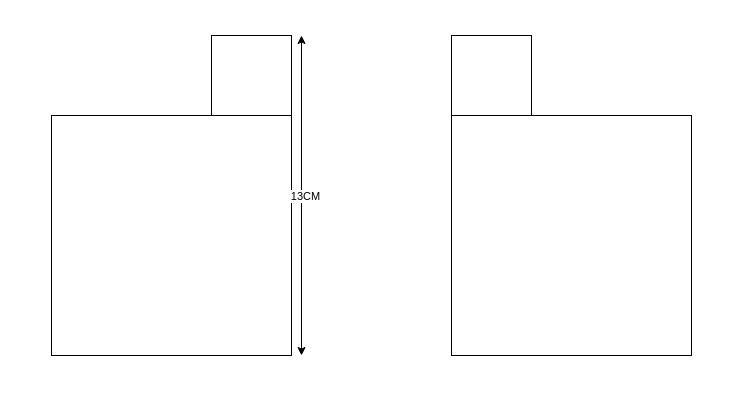
Earlier version of the draw.io diagram flm.drawio (Jakiek/hoho). Source tidied: cells renumbered, new cells numbered last; positions are measured from the earlier drawing's top-left corner, leaving out a move shared by most shapes. Both pictures are drawn from the tidied source at 100%, with x=0, y=0 at pixel (51, 35).
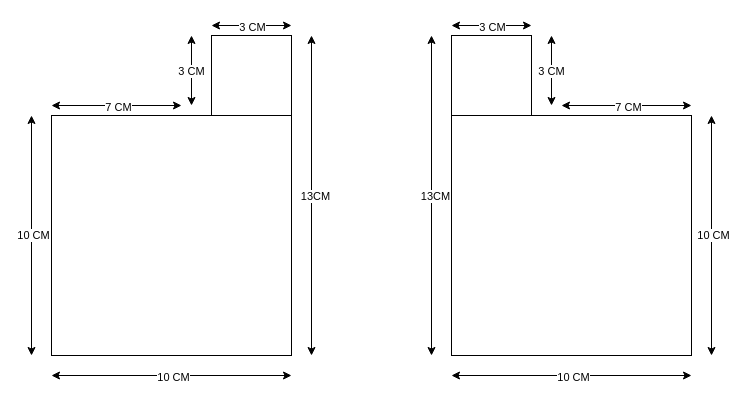
After the change.

Change to the diagram source:
```diff
@@
     <mxCell id="6" style="endArrow=classic;startArrow=classic;html=1;rounded=0;" parent="1" edge="1">
       <mxGeometry relative="1" as="geometry">
-        <mxPoint x="250" y="320" as="sourcePoint" />
-        <mxPoint x="250" as="targetPoint" />
+        <mxPoint x="260" y="320" as="sourcePoint" />
+        <mxPoint x="260" as="targetPoint" />
       </mxGeometry>
     </mxCell>
@@
+    <mxCell id="8" style="endArrow=classic;startArrow=classic;html=1;rounded=0;" parent="1" edge="1">
+      <mxGeometry relative="1" as="geometry">
+        <mxPoint x="380" y="320" as="sourcePoint" />
+        <mxPoint x="380" as="targetPoint" />
+      </mxGeometry>
+    </mxCell>
+    <mxCell id="9" value="13CM" style="edgeLabel;html=1;align=center;verticalAlign=middle;" parent="8" vertex="1">
+      <mxGeometry y="-3" relative="1" as="geometry" />
+    </mxCell>
+    <mxCell id="10" style="endArrow=classic;startArrow=classic;html=1;rounded=0;" parent="1" edge="1">
+      <mxGeometry relative="1" as="geometry">
+        <mxPoint x="660" y="320" as="sourcePoint" />
+        <mxPoint x="660" y="80" as="targetPoint" />
+      </mxGeometry>
+    </mxCell>
+    <mxCell id="11" value="10 CM" style="edgeLabel;html=1;align=center;verticalAlign=middle;" parent="10" vertex="1">
+      <mxGeometry x="0.01" y="-1" relative="1" as="geometry" />
+    </mxCell>
+    <mxCell id="12" style="endArrow=classic;startArrow=classic;html=1;rounded=0;" parent="1" edge="1">
+      <mxGeometry relative="1" as="geometry">
+        <mxPoint x="-20" y="320" as="sourcePoint" />
+        <mxPoint x="-20" y="80" as="targetPoint" />
+      </mxGeometry>
+    </mxCell>
+    <mxCell id="13" value="10 CM" style="edgeLabel;html=1;align=center;verticalAlign=middle;" parent="12" vertex="1">
+      <mxGeometry x="0.01" y="-1" relative="1" as="geometry" />
+    </mxCell>
+    <mxCell id="14" style="endArrow=classic;startArrow=classic;html=1;rounded=0;" parent="1" edge="1">
+      <mxGeometry relative="1" as="geometry">
+        <mxPoint y="340" as="sourcePoint" />
+        <mxPoint x="240" y="340" as="targetPoint" />
+      </mxGeometry>
+    </mxCell>
+    <mxCell id="15" value="10 CM" style="edgeLabel;html=1;align=center;verticalAlign=middle;" parent="14" vertex="1">
+      <mxGeometry x="0.01" y="-1" relative="1" as="geometry" />
+    </mxCell>
+    <mxCell id="16" style="endArrow=classic;startArrow=classic;html=1;rounded=0;" parent="1" edge="1">
+      <mxGeometry relative="1" as="geometry">
+        <mxPoint x="400" y="340" as="sourcePoint" />
+        <mxPoint x="640" y="340" as="targetPoint" />
+      </mxGeometry>
+    </mxCell>
+    <mxCell id="17" value="10 CM" style="edgeLabel;html=1;align=center;verticalAlign=middle;" parent="16" vertex="1">
+      <mxGeometry x="0.01" y="-1" relative="1" as="geometry" />
+    </mxCell>
+    <mxCell id="18" style="endArrow=classic;startArrow=classic;html=1;rounded=0;" parent="1" edge="1">
+      <mxGeometry relative="1" as="geometry">
+        <mxPoint y="70" as="sourcePoint" />
+        <mxPoint x="130" y="70" as="targetPoint" />
+      </mxGeometry>
+    </mxCell>
+    <mxCell id="19" value="7 CM" style="edgeLabel;html=1;align=center;verticalAlign=middle;" parent="18" vertex="1">
+      <mxGeometry x="0.01" y="-1" relative="1" as="geometry" />
+    </mxCell>
+    <mxCell id="20" style="endArrow=classic;startArrow=classic;html=1;rounded=0;" parent="1" edge="1">
+      <mxGeometry relative="1" as="geometry">
+        <mxPoint x="160" y="-10" as="sourcePoint" />
+        <mxPoint x="240" y="-10" as="targetPoint" />
+      </mxGeometry>
+    </mxCell>
+    <mxCell id="21" value="3 CM" style="edgeLabel;html=1;align=center;verticalAlign=middle;" parent="20" vertex="1">
+      <mxGeometry x="0.01" y="-1" relative="1" as="geometry" />
+    </mxCell>
+    <mxCell id="22" style="endArrow=classic;startArrow=classic;html=1;rounded=0;" parent="1" edge="1">
+      <mxGeometry relative="1" as="geometry">
+        <mxPoint x="400" y="-10" as="sourcePoint" />
+        <mxPoint x="480" y="-10" as="targetPoint" />
+      </mxGeometry>
+    </mxCell>
+    <mxCell id="23" value="3 CM" style="edgeLabel;html=1;align=center;verticalAlign=middle;" parent="22" vertex="1">
+      <mxGeometry x="0.01" y="-1" relative="1" as="geometry" />
+    </mxCell>
+    <mxCell id="24" style="endArrow=classic;startArrow=classic;html=1;rounded=0;" parent="1" edge="1">
+      <mxGeometry relative="1" as="geometry">
+        <mxPoint x="140" as="sourcePoint" />
+        <mxPoint x="140" y="70" as="targetPoint" />
+      </mxGeometry>
+    </mxCell>
+    <mxCell id="25" value="3 CM" style="edgeLabel;html=1;align=center;verticalAlign=middle;" parent="24" vertex="1">
+      <mxGeometry x="0.01" y="-1" relative="1" as="geometry" />
+    </mxCell>
+    <mxCell id="26" style="endArrow=classic;startArrow=classic;html=1;rounded=0;" parent="1" edge="1">
+      <mxGeometry relative="1" as="geometry">
+        <mxPoint x="500" as="sourcePoint" />
+        <mxPoint x="500" y="70" as="targetPoint" />
+      </mxGeometry>
+    </mxCell>
+    <mxCell id="27" value="3 CM" style="edgeLabel;html=1;align=center;verticalAlign=middle;" parent="26" vertex="1">
+      <mxGeometry x="0.01" y="-1" relative="1" as="geometry" />
+    </mxCell>
+    <mxCell id="28" style="endArrow=classic;startArrow=classic;html=1;rounded=0;" parent="1" edge="1">
+      <mxGeometry relative="1" as="geometry">
+        <mxPoint x="510" y="70" as="sourcePoint" />
+        <mxPoint x="640" y="70" as="targetPoint" />
+      </mxGeometry>
+    </mxCell>
+    <mxCell id="29" value="7 CM" style="edgeLabel;html=1;align=center;verticalAlign=middle;" parent="28" vertex="1">
+      <mxGeometry x="0.01" y="-1" relative="1" as="geometry" />
+    </mxCell>
```
